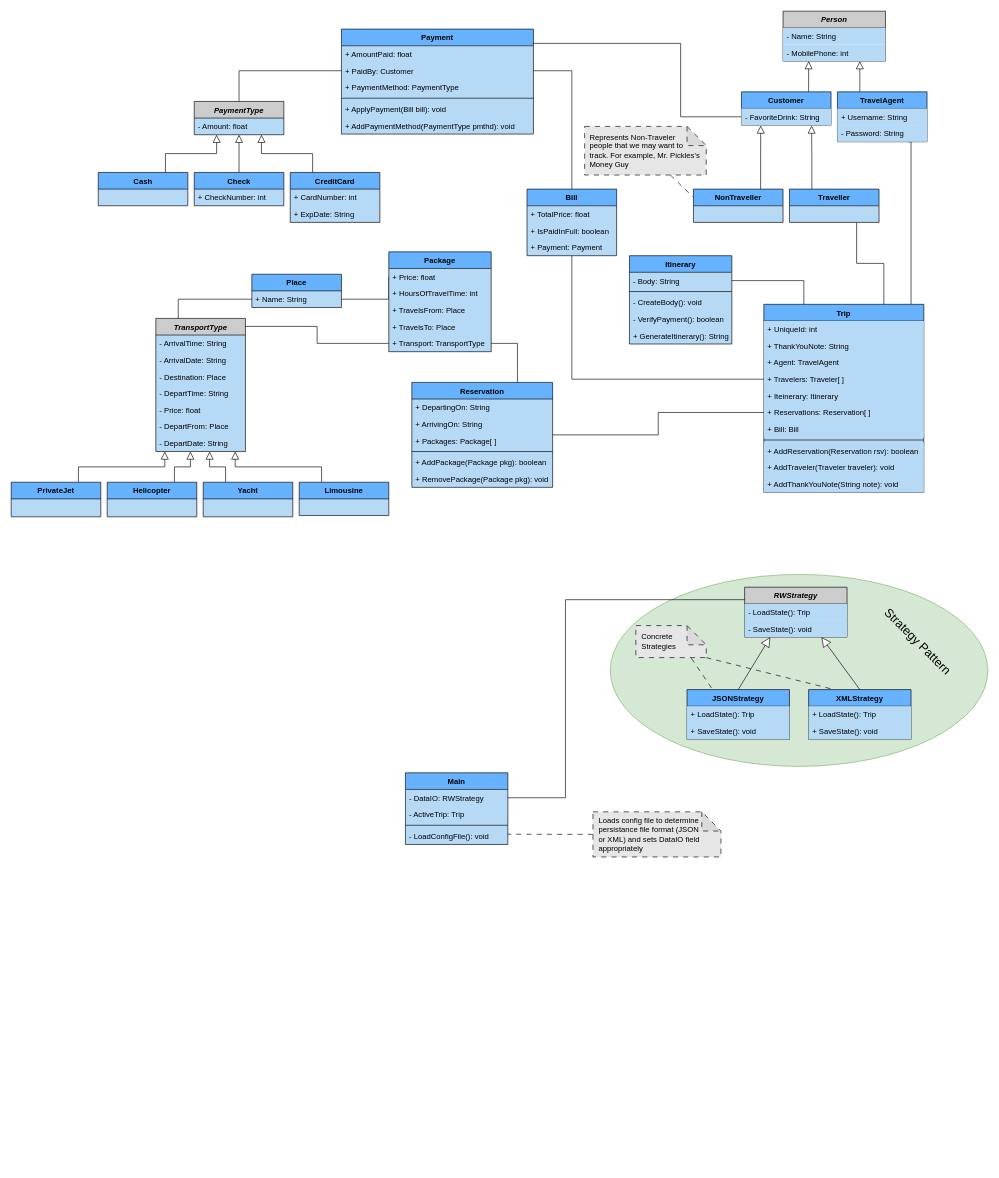
The draw.io diagram page "New Class Diagram" (2 of 6) of Iteration2/class_diagram.drawio in OOD-TermProject/Term-Project, before the edit. Source tidied: cells renumbered, new cells numbered last; positions are measured from the earlier drawing's top-left corner, leaving out a move shared by most shapes. Both pictures are drawn from the tidied source at 64%, with x=0, y=0 at pixel (11, 11).
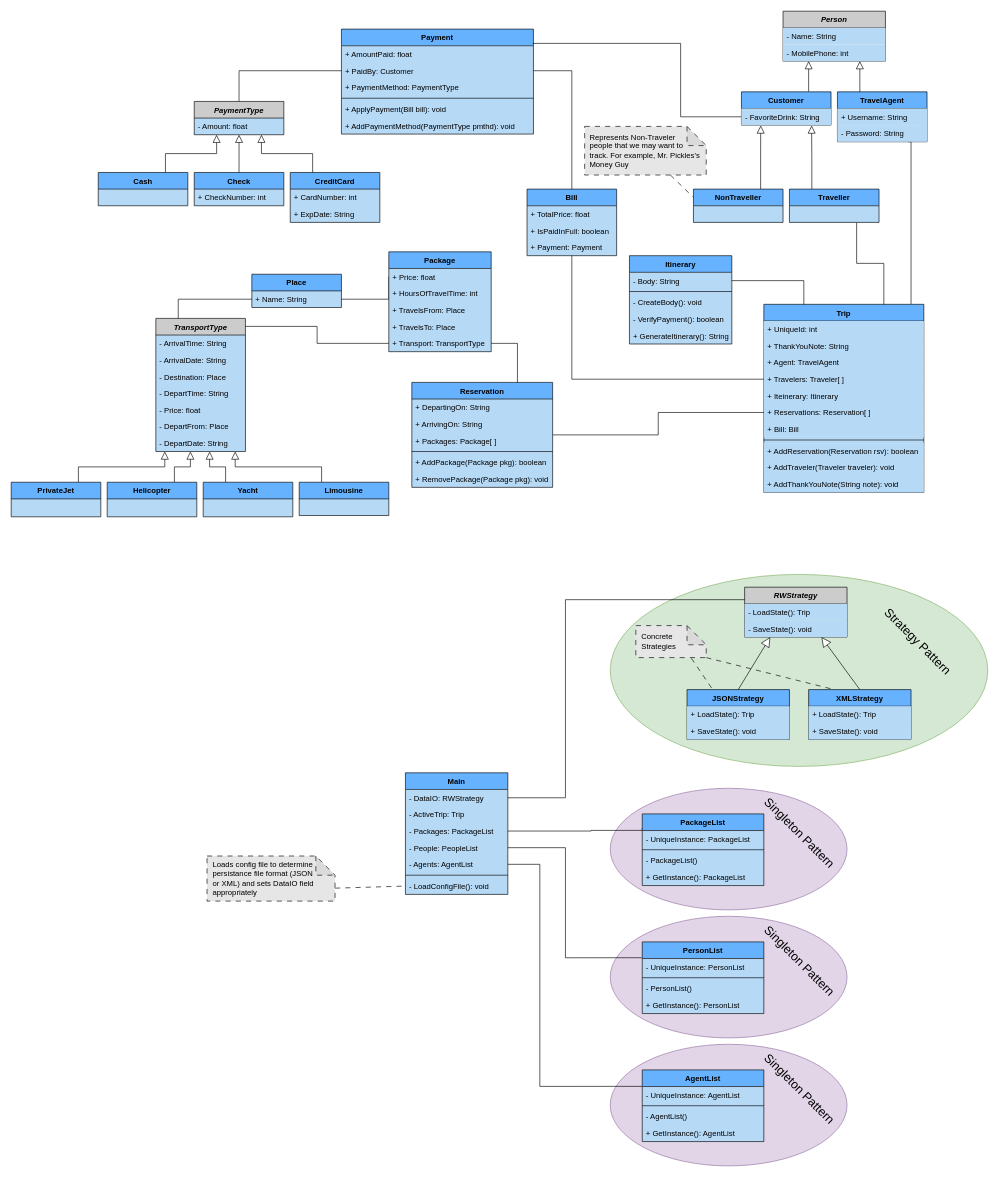
The same page after the edit.

Commit message (it also covers changes not shown here):
Added Singleton Pattern Diagrams

What changed in the source:
```diff
@@
+    <mxCell id="128" style="ellipse;whiteSpace=wrap;html=1;fillColor=#e1d5e7;strokeColor=#9673a6;" parent="1" vertex="1">
+      <mxGeometry x="936" y="1214.2" width="370" height="190" as="geometry" />
+    </mxCell>
+    <mxCell id="129" style="ellipse;whiteSpace=wrap;html=1;fillColor=#e1d5e7;strokeColor=#9673a6;" parent="1" vertex="1">
+      <mxGeometry x="936" y="1614.2" width="370" height="190" as="geometry" />
+    </mxCell>
+    <mxCell id="130" style="ellipse;whiteSpace=wrap;html=1;fillColor=#e1d5e7;strokeColor=#9673a6;" parent="1" vertex="1">
+      <mxGeometry x="936" y="1414.2" width="370" height="190" as="geometry" />
+    </mxCell>
@@
     <mxCell id="101" value="Main" style="swimlane;fontStyle=1;horizontal=1;startSize=26;fillColor=#66B2FF;labelBackgroundColor=none;swimlaneFillColor=#B6D9F6;" parent="1" vertex="1">
-      <mxGeometry x="616" y="1190" width="160" height="112" as="geometry" />
+      <mxGeometry x="616" y="1190" width="160" height="190" as="geometry" />
     </mxCell>
@@
+    <mxCell id="131" value="- Packages: PackageList" style="text;strokeColor=none;fillColor=none;align=left;verticalAlign=top;spacingLeft=4;spacingRight=4;overflow=hidden;points=[[0,0.5],[1,0.5]];portConstraint=eastwest;" parent="101" vertex="1">
+      <mxGeometry y="78" width="160" height="26" as="geometry" />
+    </mxCell>
+    <mxCell id="132" value="- People: PeopleList" style="text;strokeColor=none;fillColor=none;align=left;verticalAlign=top;spacingLeft=4;spacingRight=4;overflow=hidden;points=[[0,0.5],[1,0.5]];portConstraint=eastwest;" parent="101" vertex="1">
+      <mxGeometry y="104" width="160" height="26" as="geometry" />
+    </mxCell>
+    <mxCell id="133" value="- Agents: AgentList" style="text;strokeColor=none;fillColor=none;align=left;verticalAlign=top;spacingLeft=4;spacingRight=4;overflow=hidden;points=[[0,0.5],[1,0.5]];portConstraint=eastwest;" parent="101" vertex="1">
+      <mxGeometry y="130" width="160" height="26" as="geometry" />
+    </mxCell>
     <mxCell id="104" style="line;strokeWidth=1;fillColor=none;align=left;verticalAlign=middle;spacingTop=-1;spacingLeft=3;spacingRight=3;labelPosition=right;strokeColor=inherit;" parent="101" vertex="1">
-      <mxGeometry y="78" width="160" height="8" as="geometry" />
+      <mxGeometry y="156" width="160" height="8" as="geometry" />
     </mxCell>
     <mxCell id="105" value="- LoadConfigFile(): void" style="text;strokeColor=none;fillColor=none;align=left;verticalAlign=top;spacingLeft=4;spacingRight=4;overflow=hidden;points=[[0,0.5],[1,0.5]];portConstraint=eastwest;" parent="101" vertex="1">
-      <mxGeometry y="86" width="160" height="26" as="geometry" />
+      <mxGeometry y="164" width="160" height="26" as="geometry" />
     </mxCell>
-    <mxCell id="106" style="edgeStyle=none;rounded=0;jettySize=auto;html=1;exitX=0;exitY=0.5;exitDx=0;exitDy=0;exitPerimeter=0;entryX=0.998;entryY=0.383;entryDx=0;entryDy=0;entryPerimeter=0;dashed=1;dashPattern=8 8;strokeWidth=1;endArrow=none;endFill=0;endSize=13;" parent="1" edge="1" source="107" target="105">
+    <mxCell id="106" style="edgeStyle=none;rounded=0;jettySize=auto;html=1;exitX=0;exitY=0;exitDx=200;exitDy=50.25;exitPerimeter=0;entryX=0;entryY=0.5;entryDx=0;entryDy=0;dashed=1;dashPattern=8 8;strokeWidth=1;endArrow=none;endFill=0;endSize=13;" parent="1" edge="1" source="107" target="105">
       <mxGeometry relative="1" as="geometry" />
     </mxCell>
     <mxCell id="107" value="Loads config file to determine persistance file format (JSON&lt;br&gt;or XML) and sets DataIO field appropriately" style="shape=note;whiteSpace=wrap;html=1;backgroundOutline=1;darkOpacity=0.05;align=left;spacingLeft=7;fillColor=#E6E6E6;dashed=1;dashPattern=8 8;" parent="1" vertex="1">
-      <mxGeometry x="909" y="1251" width="200" height="70.5" as="geometry" />
+      <mxGeometry x="306" y="1320" width="200" height="70.5" as="geometry" />
     </mxCell>
@@
+    <mxCell id="134" style="edgeStyle=orthogonalEdgeStyle;rounded=0;jettySize=auto;html=1;entryX=1;entryY=0.5;entryDx=0;entryDy=0;endArrow=none;endFill=0;exitX=0;exitY=0.198;exitDx=0;exitDy=0;exitPerimeter=0;" parent="1" edge="1" source="138" target="131">
+      <mxGeometry relative="1" as="geometry">
+        <Array as="points">
+          <mxPoint x="986" y="1280" />
+          <mxPoint x="906" y="1280" />
+        </Array>
+      </mxGeometry>
+    </mxCell>
+    <mxCell id="135" style="edgeStyle=orthogonalEdgeStyle;rounded=0;jettySize=auto;html=1;entryX=1;entryY=0.5;entryDx=0;entryDy=0;endArrow=none;endFill=0;exitX=-0.005;exitY=-0.048;exitDx=0;exitDy=0;exitPerimeter=0;" parent="1" edge="1" source="145" target="132">
+      <mxGeometry relative="1" as="geometry">
+        <Array as="points">
+          <mxPoint x="866" y="1479" />
+          <mxPoint x="866" y="1307" />
+        </Array>
+      </mxGeometry>
+    </mxCell>
+    <mxCell id="136" style="edgeStyle=orthogonalEdgeStyle;rounded=0;jettySize=auto;html=1;entryX=1;entryY=0.5;entryDx=0;entryDy=0;endArrow=none;endFill=0;exitX=-0.002;exitY=0.23;exitDx=0;exitDy=0;exitPerimeter=0;" parent="1" edge="1" source="150" target="133">
+      <mxGeometry relative="1" as="geometry">
+        <Array as="points">
+          <mxPoint x="826" y="1680" />
+          <mxPoint x="826" y="1333" />
+        </Array>
+      </mxGeometry>
+    </mxCell>
+    <mxCell id="137" value="Singleton Pattern" style="text;html=1;align=center;verticalAlign=middle;strokeColor=none;fillColor=none;fontSize=19;rotation=45;" parent="1" vertex="1">
+      <mxGeometry x="1146" y="1264.2" width="170" height="40" as="geometry" />
+    </mxCell>
+    <mxCell id="138" value="PackageList" style="swimlane;fontStyle=1;horizontal=1;startSize=26;fillColor=#66B2FF;labelBackgroundColor=none;swimlaneFillColor=#B6D9F6;" parent="1" vertex="1">
+      <mxGeometry x="986" y="1254.2" width="190" height="112" as="geometry" />
+    </mxCell>
+    <mxCell id="139" value="- UniqueInstance: PackageList" style="text;strokeColor=none;fillColor=none;align=left;verticalAlign=top;spacingLeft=4;spacingRight=4;overflow=hidden;" parent="1" vertex="1">
+      <mxGeometry x="986" y="1280.2" width="190" height="26" as="geometry" />
+    </mxCell>
+    <mxCell id="140" style="line;strokeWidth=1;fillColor=none;align=left;verticalAlign=middle;spacingTop=-1;spacingLeft=3;spacingRight=3;labelPosition=right;strokeColor=inherit;" parent="1" vertex="1">
+      <mxGeometry x="986" y="1306.2" width="190" height="8" as="geometry" />
+    </mxCell>
+    <mxCell id="141" value="- PackageList()" style="text;strokeColor=none;fillColor=none;align=left;verticalAlign=top;spacingLeft=4;spacingRight=4;overflow=hidden;" parent="1" vertex="1">
+      <mxGeometry x="986" y="1314.2" width="190" height="26" as="geometry" />
+    </mxCell>
+    <mxCell id="142" value="+ GetInstance(): PackageList" style="text;strokeColor=none;fillColor=none;align=left;verticalAlign=top;spacingLeft=4;spacingRight=4;overflow=hidden;" parent="1" vertex="1">
+      <mxGeometry x="986" y="1340.2" width="190" height="26" as="geometry" />
+    </mxCell>
+    <mxCell id="143" value="Singleton Pattern" style="text;html=1;align=center;verticalAlign=middle;strokeColor=none;fillColor=none;fontSize=19;rotation=45;" parent="1" vertex="1">
+      <mxGeometry x="1146" y="1464.2" width="170" height="40" as="geometry" />
+    </mxCell>
+    <mxCell id="144" value="PersonList" style="swimlane;fontStyle=1;horizontal=1;startSize=26;fillColor=#66B2FF;labelBackgroundColor=none;swimlaneFillColor=#B6D9F6;" parent="1" vertex="1">
+      <mxGeometry x="986" y="1454.2" width="190" height="112" as="geometry" />
+    </mxCell>
+    <mxCell id="145" value="- UniqueInstance: PersonList" style="text;strokeColor=none;fillColor=none;align=left;verticalAlign=top;spacingLeft=4;spacingRight=4;overflow=hidden;points=[[0,0.5],[1,0.5]];portConstraint=eastwest;" parent="1" vertex="1">
+      <mxGeometry x="986" y="1480.2" width="190" height="26" as="geometry" />
+    </mxCell>
+    <mxCell id="146" style="line;strokeWidth=1;fillColor=none;align=left;verticalAlign=middle;spacingTop=-1;spacingLeft=3;spacingRight=3;labelPosition=right;strokeColor=inherit;" parent="1" vertex="1">
+      <mxGeometry x="986" y="1506.2" width="190" height="8" as="geometry" />
+    </mxCell>
+    <mxCell id="147" value="- PersonList()" style="text;strokeColor=none;fillColor=none;align=left;verticalAlign=top;spacingLeft=4;spacingRight=4;overflow=hidden;" parent="1" vertex="1">
+      <mxGeometry x="986" y="1514.2" width="190" height="26" as="geometry" />
+    </mxCell>
+    <mxCell id="148" value="+ GetInstance(): PersonList" style="text;strokeColor=none;fillColor=none;align=left;verticalAlign=top;spacingLeft=4;spacingRight=4;overflow=hidden;" parent="1" vertex="1">
+      <mxGeometry x="986" y="1540.2" width="190" height="26" as="geometry" />
+    </mxCell>
+    <mxCell id="149" value="Singleton Pattern" style="text;html=1;align=center;verticalAlign=middle;strokeColor=none;fillColor=none;fontSize=19;rotation=45;" parent="1" vertex="1">
+      <mxGeometry x="1146" y="1664.2" width="170" height="40" as="geometry" />
+    </mxCell>
+    <mxCell id="150" value="AgentList" style="swimlane;fontStyle=1;horizontal=1;startSize=26;fillColor=#66B2FF;labelBackgroundColor=none;swimlaneFillColor=#B6D9F6;" parent="1" vertex="1">
+      <mxGeometry x="986" y="1654.2" width="190" height="112" as="geometry" />
+    </mxCell>
+    <mxCell id="151" value="- UniqueInstance: AgentList" style="text;strokeColor=none;fillColor=none;align=left;verticalAlign=top;spacingLeft=4;spacingRight=4;overflow=hidden;" parent="1" vertex="1">
+      <mxGeometry x="986" y="1680.2" width="190" height="26" as="geometry" />
+    </mxCell>
+    <mxCell id="152" style="line;strokeWidth=1;fillColor=none;align=left;verticalAlign=middle;spacingTop=-1;spacingLeft=3;spacingRight=3;labelPosition=right;strokeColor=inherit;" parent="1" vertex="1">
+      <mxGeometry x="986" y="1706.2" width="190" height="8" as="geometry" />
+    </mxCell>
+    <mxCell id="153" value="- AgentList()" style="text;strokeColor=none;fillColor=none;align=left;verticalAlign=top;spacingLeft=4;spacingRight=4;overflow=hidden;" parent="1" vertex="1">
+      <mxGeometry x="986" y="1714.2" width="190" height="26" as="geometry" />
+    </mxCell>
+    <mxCell id="154" value="+ GetInstance(): AgentList" style="text;strokeColor=none;fillColor=none;align=left;verticalAlign=top;spacingLeft=4;spacingRight=4;overflow=hidden;" parent="1" vertex="1">
+      <mxGeometry x="986" y="1740.2" width="190" height="26" as="geometry" />
+    </mxCell>
```
